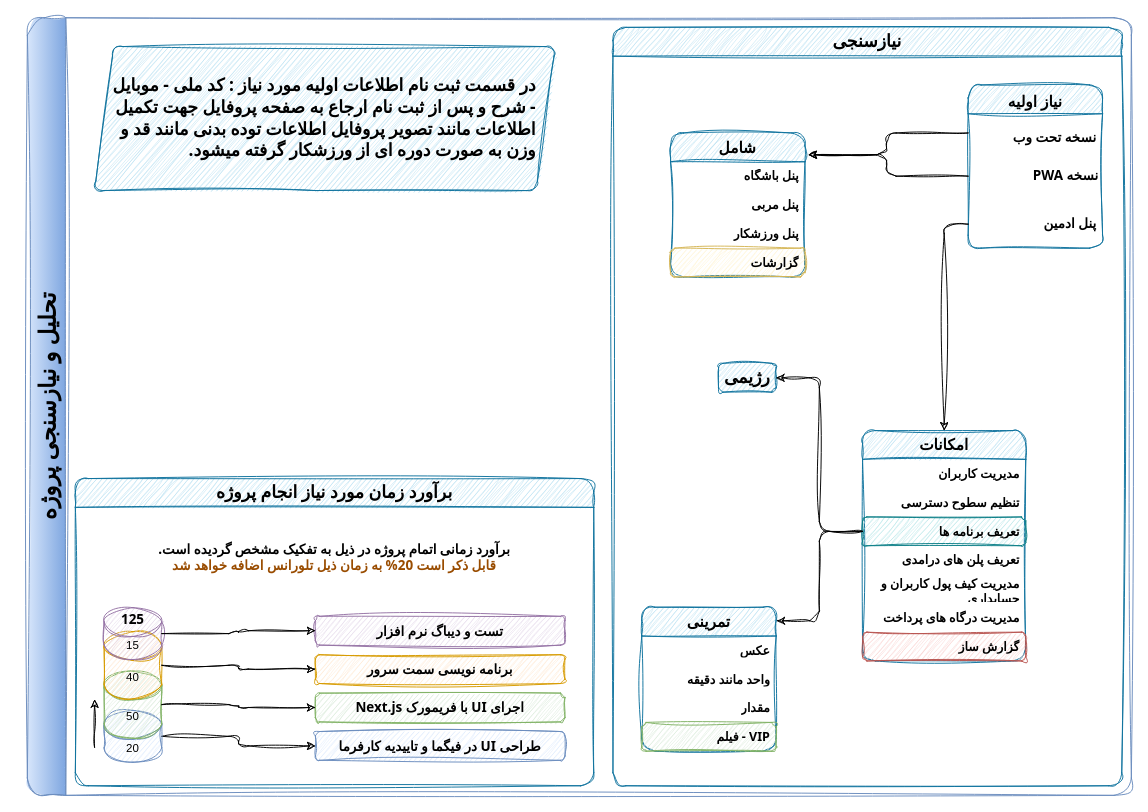
This is Diagrams/zare.drawio from mailed91/vira, a draw.io file, before an edit. Source tidied: cells renumbered, new cells numbered last; positions are measured from the earlier drawing's top-left corner, leaving out a move shared by most shapes. Both pictures are drawn from the tidied source at 96%, with x=0, y=0 at pixel (27, 17).
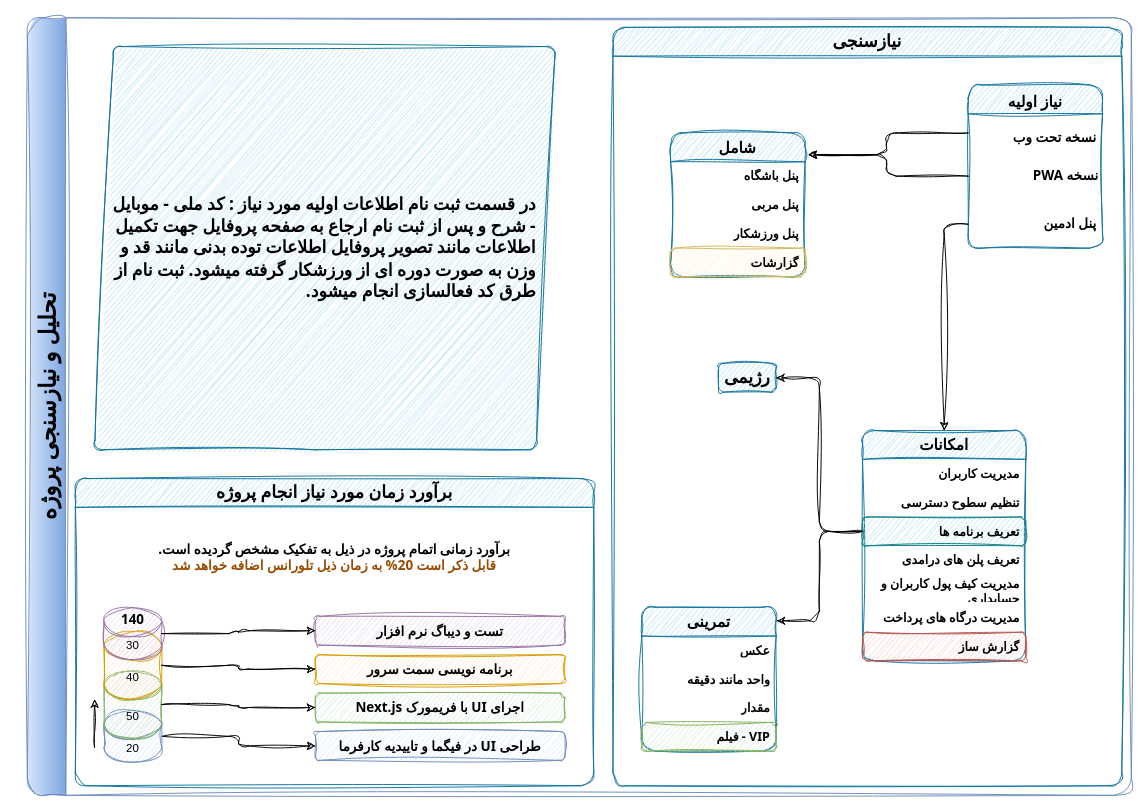
The same page after the edit.

The change refers to these unchanged cells:
```xml
<mxCell id="2" value="&lt;h1&gt;&lt;font face=&quot;Tahoma&quot;&gt;تحلیل و نیازسنجی پروژه&lt;/font&gt;&lt;/h1&gt;" style="swimlane;horizontal=0;whiteSpace=wrap;html=1;fillColor=#dae8fc;strokeColor=#6c8ebf;gradientColor=#7ea6e0;gradientDirection=east;swimlaneFillColor=#fff;rounded=1;glass=0;shadow=0;startSize=40;sketch=1;curveFitting=1;jiggle=2;" parent="1" vertex="1">
  <mxGeometry width="1150" height="810" as="geometry" />
</mxCell>
```

The edit, as a diff of the source:
```diff
@@
-    <mxCell id="33" value="&lt;h2&gt;&lt;font face=&quot;Tahoma&quot;&gt;در قسمت ثبت نام اطلاعات اولیه مورد نیاز : کد ملی - موبایل - شرح و پس از ثبت نام ارجاع به صفحه پروفایل جهت تکمیل اطلاعات مانند تصویر پروفایل اطلاعات توده بدنی مانند قد و وزن به صورت دوره ای از ورزشکار گرفته میشود.&lt;/font&gt;&lt;/h2&gt;" style="shape=parallelogram;perimeter=parallelogramPerimeter;whiteSpace=wrap;html=1;fixedSize=1;rounded=1;shadow=0;strokeColor=#10739e;align=right;verticalAlign=middle;fontFamily=Helvetica;fontSize=12;fontColor=default;startSize=30;fillColor=#b1ddf0;spacingTop=0;spacingLeft=10;spacingBottom=0;spacingRight=10;spacing=10;textDirection=rtl;sketch=1;curveFitting=1;jiggle=2;" parent="2" vertex="1">
-      <mxGeometry x="70" y="30" width="480" height="150" as="geometry" />
+    <mxCell id="33" value="&lt;h2&gt;&lt;font face=&quot;Tahoma&quot;&gt;در قسمت ثبت نام اطلاعات اولیه مورد نیاز : کد ملی - موبایل - شرح و پس از ثبت نام ارجاع به صفحه پروفایل جهت تکمیل اطلاعات مانند تصویر پروفایل اطلاعات توده بدنی مانند قد و وزن به صورت دوره ای از ورزشکار گرفته میشود. ثبت نام از طرق کد فعالسازی انجام میشود.&lt;/font&gt;&lt;/h2&gt;" style="shape=parallelogram;perimeter=parallelogramPerimeter;whiteSpace=wrap;html=1;fixedSize=1;rounded=1;shadow=0;strokeColor=#10739e;align=right;verticalAlign=middle;fontFamily=Helvetica;fontSize=12;fontColor=default;startSize=30;fillColor=#b1ddf0;spacingTop=0;spacingLeft=10;spacingBottom=0;spacingRight=10;spacing=10;textDirection=rtl;sketch=1;curveFitting=1;jiggle=2;" parent="2" vertex="1">
+      <mxGeometry x="70" y="30" width="480" height="420" as="geometry" />
     </mxCell>
@@
-    <mxCell id="38" value="15" style="shape=cylinder3;whiteSpace=wrap;html=1;boundedLbl=1;backgroundOutline=1;size=15;rounded=1;shadow=0;strokeColor=#9673a6;align=center;verticalAlign=middle;fontFamily=Helvetica;fontSize=12;startSize=30;fillColor=#e1d5e7;sketch=1;curveFitting=1;jiggle=2;" parent="1" vertex="1">
+    <mxCell id="38" value="30" style="shape=cylinder3;whiteSpace=wrap;html=1;boundedLbl=1;backgroundOutline=1;size=15;rounded=1;shadow=0;strokeColor=#9673a6;align=center;verticalAlign=middle;fontFamily=Helvetica;fontSize=12;startSize=30;fillColor=#e1d5e7;sketch=1;curveFitting=1;jiggle=2;" parent="1" vertex="1">
       <mxGeometry x="80" y="614.5" width="60" height="54" as="geometry" />
     </mxCell>
@@
-    <mxCell id="47" value="125" style="text;html=1;strokeColor=none;fillColor=none;align=center;verticalAlign=middle;whiteSpace=wrap;rounded=1;fontSize=14;fontFamily=Tahoma;fontStyle=1;textDirection=rtl;sketch=1;curveFitting=1;jiggle=2;" parent="1" vertex="1">
+    <mxCell id="47" value="140" style="text;html=1;strokeColor=none;fillColor=none;align=center;verticalAlign=middle;whiteSpace=wrap;rounded=1;fontSize=14;fontFamily=Tahoma;fontStyle=1;textDirection=rtl;sketch=1;curveFitting=1;jiggle=2;" parent="1" vertex="1">
       <mxGeometry x="85" y="611.5" width="50" height="30" as="geometry" />
     </mxCell>
```
